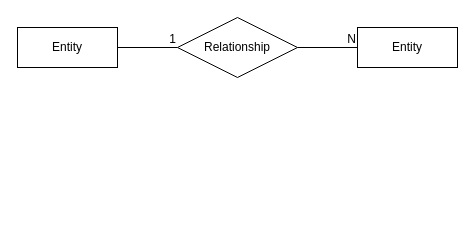
Before: 학사관리시스템.drawio in leelahel/draw.io, a draw.io diagram. Source tidied: cells renumbered, new cells numbered last; positions are measured from the earlier drawing's top-left corner, leaving out a move shared by most shapes. Both pictures are drawn from the tidied source at 100%, with x=0, y=0 at pixel (17, 17).
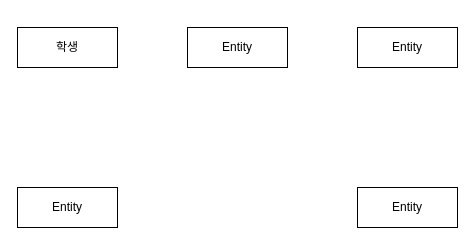
Above is the later version.

Commit message:
학사관리시스템.drawio 업데이트

What changed in the source:
```diff
@@
 <mxGraphModel>
   <root>
     <mxCell id="0" />
     <mxCell id="1" parent="0" />
-    <mxCell id="2" value="Relationship" style="shape=rhombus;perimeter=rhombusPerimeter;whiteSpace=wrap;html=1;align=center;" parent="1" vertex="1">
-      <mxGeometry x="160" width="120" height="60" as="geometry" />
-    </mxCell>
     <mxCell id="3" value="Entity" style="whiteSpace=wrap;html=1;align=center;" parent="1" vertex="1">
       <mxGeometry x="340" y="10" width="100" height="40" as="geometry" />
     </mxCell>
-    <mxCell id="4" value="Entity" style="whiteSpace=wrap;html=1;align=center;" parent="1" vertex="1">
+    <mxCell id="4" value="학생" style="whiteSpace=wrap;html=1;align=center;" parent="1" vertex="1">
       <mxGeometry y="10" width="100" height="40" as="geometry" />
     </mxCell>
-    <mxCell id="5" style="endArrow=none;html=1;rounded=0;exitX=1;exitY=0.5;exitDx=0;exitDy=0;exitPerimeter=0;entryX=0;entryY=0.5;entryDx=0;entryDy=0;" parent="1" edge="1" source="4" target="2">
-      <mxGeometry relative="1" as="geometry" />
-    </mxCell>
-    <mxCell id="6" value="1" style="html=1;whiteSpace=wrap;align=right;verticalAlign=bottom;" parent="5" vertex="1">
-      <mxGeometry x="1" relative="1" as="geometry" />
-    </mxCell>
-    <mxCell id="7" style="endArrow=none;html=1;rounded=0;entryX=0;entryY=0.5;entryDx=0;entryDy=0;exitX=1;exitY=0.5;exitDx=0;exitDy=0;" parent="1" edge="1" source="2" target="3">
-      <mxGeometry relative="1" as="geometry" />
-    </mxCell>
-    <mxCell id="8" value="N" style="html=1;whiteSpace=wrap;align=right;verticalAlign=bottom;" parent="7" vertex="1">
-      <mxGeometry x="1" relative="1" as="geometry" />
-    </mxCell>
+    <mxCell id="9" value="Entity" style="whiteSpace=wrap;html=1;align=center;" parent="1" vertex="1">
+      <mxGeometry x="170" y="10" width="100" height="40" as="geometry" />
+    </mxCell>
+    <mxCell id="10" value="Entity" style="whiteSpace=wrap;html=1;align=center;" parent="1" vertex="1">
+      <mxGeometry y="170" width="100" height="40" as="geometry" />
+    </mxCell>
+    <mxCell id="11" value="Entity" style="whiteSpace=wrap;html=1;align=center;" parent="1" vertex="1">
+      <mxGeometry x="340" y="170" width="100" height="40" as="geometry" />
+    </mxCell>
   </root>
 </mxGraphModel>
```
